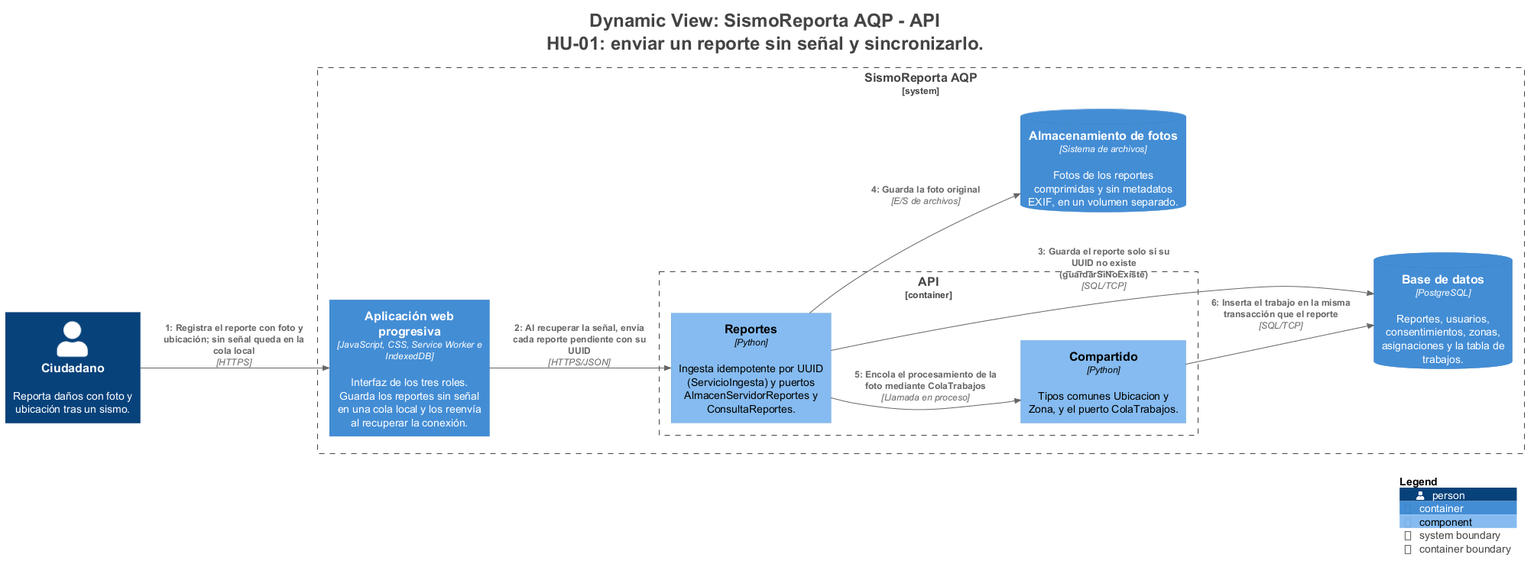
Before: docs/architecture/c4/img/structurizr-SincronizarReporte.png, a diagram exported from PlantUML (DavidOliva06/cs-2026b-lab04-grupo06).
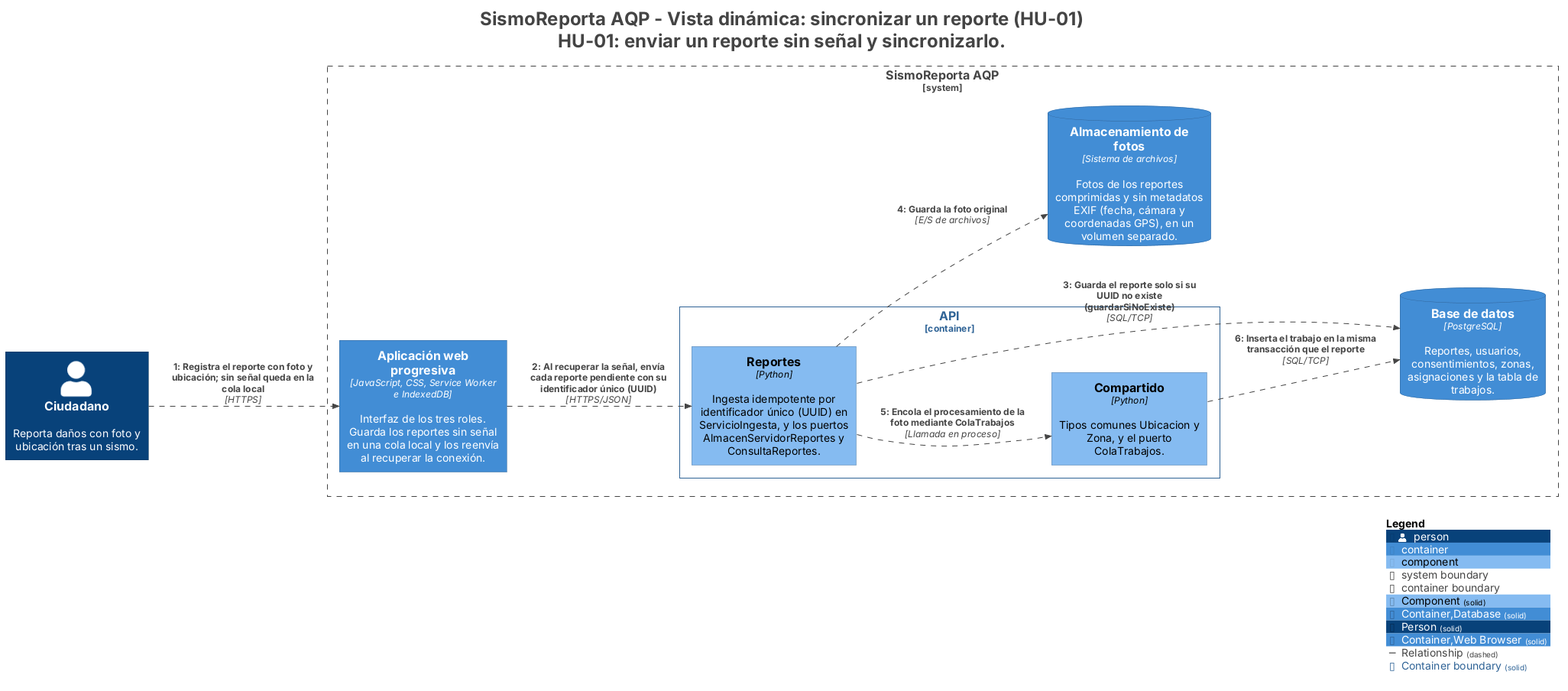
The same file after the commit.

The edit, as a diff of the source:
```diff
@@ -1,5 +1,5 @@
 @startuml
-title <size:24>Dynamic View: SismoReporta AQP - API</size>\n<size:24>HU-01: enviar un reporte sin señal y sincronizarlo.</size>
+title <size:24>SismoReporta AQP - Vista dinámica: sincronizar un reporte (HU-01)</size>\n<size:24>HU-01: enviar un reporte sin señal y sincronizarlo.</size>
 
 set separator none
 left to right direction
@@ -16,30 +16,39 @@
 !include <C4/C4_Container>
 !include <C4/C4_Component>
 
-Person(Ciudadano, "Ciudadano", $descr="Reporta daños con foto y ubicación tras un sismo.", $tags="", $link="")
+AddElementTag("Component", $bgColor="#85bbf0", $borderColor="#5d82a8", $fontColor="#000000", $sprite="", $shadowing="", $borderStyle="solid")
+AddElementTag("Container,Database", $bgColor="#438dd5", $borderColor="#2e6295", $fontColor="#ffffff", $sprite="", $shadowing="", $borderStyle="solid")
+AddElementTag("Person", $bgColor="#08427b", $borderColor="#052e56", $fontColor="#ffffff", $sprite="", $shadowing="", $borderStyle="solid")
+AddElementTag("Container,Web Browser", $bgColor="#438dd5", $borderColor="#2e6295", $fontColor="#ffffff", $sprite="", $shadowing="", $borderStyle="solid")
 
-System_Boundary("SismoReportaAQP_boundary", "SismoReporta AQP", $tags="") {
-  Container_Boundary("SismoReportaAQP.API_boundary", "API", $tags="") {
-    Component(SismoReportaAQP.API.Compartido, "Compartido", $techn="Python", $descr="Tipos comunes Ubicacion y Zona, y el puerto ColaTrabajos.", $tags="", $link="")
-    Component(SismoReportaAQP.API.Reportes, "Reportes", $techn="Python", $descr="Ingesta idempotente por UUID (ServicioIngesta) y puertos AlmacenServidorReportes y ConsultaReportes.", $tags="", $link="")
+AddRelTag("Relationship", $textColor="#444444", $lineColor="#444444", $lineStyle = DashedLine())
+
+AddBoundaryTag("Container", $bgColor="#ffffff", $borderColor="#2e6295", $fontColor="#2e6295", $shadowing="", $borderStyle="solid")
+
+Person(Ciudadano, "Ciudadano", $descr="Reporta daños con foto y ubicación tras un sismo.", $tags="Person", $link="")
+
+System_Boundary("SismoReportaAQP_boundary", "SismoReporta AQP", $tags="Software System") {
+  Container_Boundary("SismoReportaAQP.API_boundary", "API", $tags="Container") {
+    Component(SismoReportaAQP.API.Compartido, "Compartido", $techn="Python", $descr="Tipos comunes Ubicacion y Zona, y el puerto ColaTrabajos.", $tags="Component", $link="")
+    Component(SismoReportaAQP.API.Reportes, "Reportes", $techn="Python", $descr="Ingesta idempotente por identificador único (UUID) en ServicioIngesta, y los puertos AlmacenServidorReportes y ConsultaReportes.", $tags="Component", $link="")
   }
 
-  ContainerDb(SismoReportaAQP.Basededatos, "Base de datos", $techn="PostgreSQL", $descr="Reportes, usuarios, consentimientos, zonas, asignaciones y la tabla de trabajos.", $tags="", $link="")
-  ContainerDb(SismoReportaAQP.Almacenamientodefotos, "Almacenamiento de fotos", $techn="Sistema de archivos", $descr="Fotos de los reportes comprimidas y sin metadatos EXIF, en un volumen separado.", $tags="", $link="")
-  Container(SismoReportaAQP.Aplicaciónwebprogresiva, "Aplicación web progresiva", $techn="JavaScript, CSS, Service Worker e IndexedDB", $descr="Interfaz de los tres roles. Guarda los reportes sin señal en una cola local y los reenvía al recuperar la conexión.", $tags="", $link="")
+  ContainerDb(SismoReportaAQP.Basededatos, "Base de datos", $techn="PostgreSQL", $descr="Reportes, usuarios, consentimientos, zonas, asignaciones y la tabla de trabajos.", $tags="Container,Database", $link="")
+  ContainerDb(SismoReportaAQP.Almacenamientodefotos, "Almacenamiento de fotos", $techn="Sistema de archivos", $descr="Fotos de los reportes comprimidas y sin metadatos EXIF (fecha, cámara y coordenadas GPS), en un volumen separado.", $tags="Container,Database", $link="")
+  Container(SismoReportaAQP.Aplicaciónwebprogresiva, "Aplicación web progresiva", $techn="JavaScript, CSS, Service Worker e IndexedDB", $descr="Interfaz de los tres roles. Guarda los reportes sin señal en una cola local y los reenvía al recuperar la conexión.", $tags="Container,Web Browser", $link="")
 }
 
-Person(Ciudadano, "Ciudadano", $descr="Reporta daños con foto y ubicación tras un sismo.", $tags="", $link="")
-Container(SismoReportaAQP.Aplicaciónwebprogresiva, "Aplicación web progresiva", $techn="JavaScript, CSS, Service Worker e IndexedDB", $descr="Interfaz de los tres roles. Guarda los reportes sin señal en una cola local y los reenvía al recuperar la conexión.", $tags="", $link="")
-ContainerDb(SismoReportaAQP.Basededatos, "Base de datos", $techn="PostgreSQL", $descr="Reportes, usuarios, consentimientos, zonas, asignaciones y la tabla de trabajos.", $tags="", $link="")
-ContainerDb(SismoReportaAQP.Almacenamientodefotos, "Almacenamiento de fotos", $techn="Sistema de archivos", $descr="Fotos de los reportes comprimidas y sin metadatos EXIF, en un volumen separado.", $tags="", $link="")
+Person(Ciudadano, "Ciudadano", $descr="Reporta daños con foto y ubicación tras un sismo.", $tags="Person", $link="")
+Container(SismoReportaAQP.Aplicaciónwebprogresiva, "Aplicación web progresiva", $techn="JavaScript, CSS, Service Worker e IndexedDB", $descr="Interfaz de los tres roles. Guarda los reportes sin señal en una cola local y los reenvía al recuperar la conexión.", $tags="Container,Web Browser", $link="")
+ContainerDb(SismoReportaAQP.Basededatos, "Base de datos", $techn="PostgreSQL", $descr="Reportes, usuarios, consentimientos, zonas, asignaciones y la tabla de trabajos.", $tags="Container,Database", $link="")
+ContainerDb(SismoReportaAQP.Almacenamientodefotos, "Almacenamiento de fotos", $techn="Sistema de archivos", $descr="Fotos de los reportes comprimidas y sin metadatos EXIF (fecha, cámara y coordenadas GPS), en un volumen separado.", $tags="Container,Database", $link="")
 
-Rel(Ciudadano, SismoReportaAQP.Aplicaciónwebprogresiva, "1: Registra el reporte con foto y ubicación; sin señal queda en la cola local", $techn="HTTPS", $tags="", $link="")
-Rel(SismoReportaAQP.Aplicaciónwebprogresiva, SismoReportaAQP.API.Reportes, "2: Al recuperar la señal, envía cada reporte pendiente con su UUID", $techn="HTTPS/JSON", $tags="", $link="")
-Rel(SismoReportaAQP.API.Reportes, SismoReportaAQP.Basededatos, "3: Guarda el reporte solo si su UUID no existe (guardarSiNoExiste)", $techn="SQL/TCP", $tags="", $link="")
-Rel(SismoReportaAQP.API.Reportes, SismoReportaAQP.Almacenamientodefotos, "4: Guarda la foto original", $techn="E/S de archivos", $tags="", $link="")
-Rel(SismoReportaAQP.API.Reportes, SismoReportaAQP.API.Compartido, "5: Encola el procesamiento de la foto mediante ColaTrabajos", $techn="Llamada en proceso", $tags="", $link="")
-Rel(SismoReportaAQP.API.Compartido, SismoReportaAQP.Basededatos, "6: Inserta el trabajo en la misma transacción que el reporte", $techn="SQL/TCP", $tags="", $link="")
+Rel(Ciudadano, SismoReportaAQP.Aplicaciónwebprogresiva, "1: Registra el reporte con foto y ubicación; sin señal queda en la cola local", $techn="HTTPS", $tags="Relationship", $link="")
+Rel(SismoReportaAQP.Aplicaciónwebprogresiva, SismoReportaAQP.API.Reportes, "2: Al recuperar la señal, envía cada reporte pendiente con su identificador único (UUID)", $techn="HTTPS/JSON", $tags="Relationship", $link="")
+Rel(SismoReportaAQP.API.Reportes, SismoReportaAQP.Basededatos, "3: Guarda el reporte solo si su UUID no existe (guardarSiNoExiste)", $techn="SQL/TCP", $tags="Relationship", $link="")
+Rel(SismoReportaAQP.API.Reportes, SismoReportaAQP.Almacenamientodefotos, "4: Guarda la foto original", $techn="E/S de archivos", $tags="Relationship", $link="")
+Rel(SismoReportaAQP.API.Reportes, SismoReportaAQP.API.Compartido, "5: Encola el procesamiento de la foto mediante ColaTrabajos", $techn="Llamada en proceso", $tags="Relationship", $link="")
+Rel(SismoReportaAQP.API.Compartido, SismoReportaAQP.Basededatos, "6: Inserta el trabajo en la misma transacción que el reporte", $techn="SQL/TCP", $tags="Relationship", $link="")
 
 SHOW_LEGEND(true)
 hide stereotypes
```
